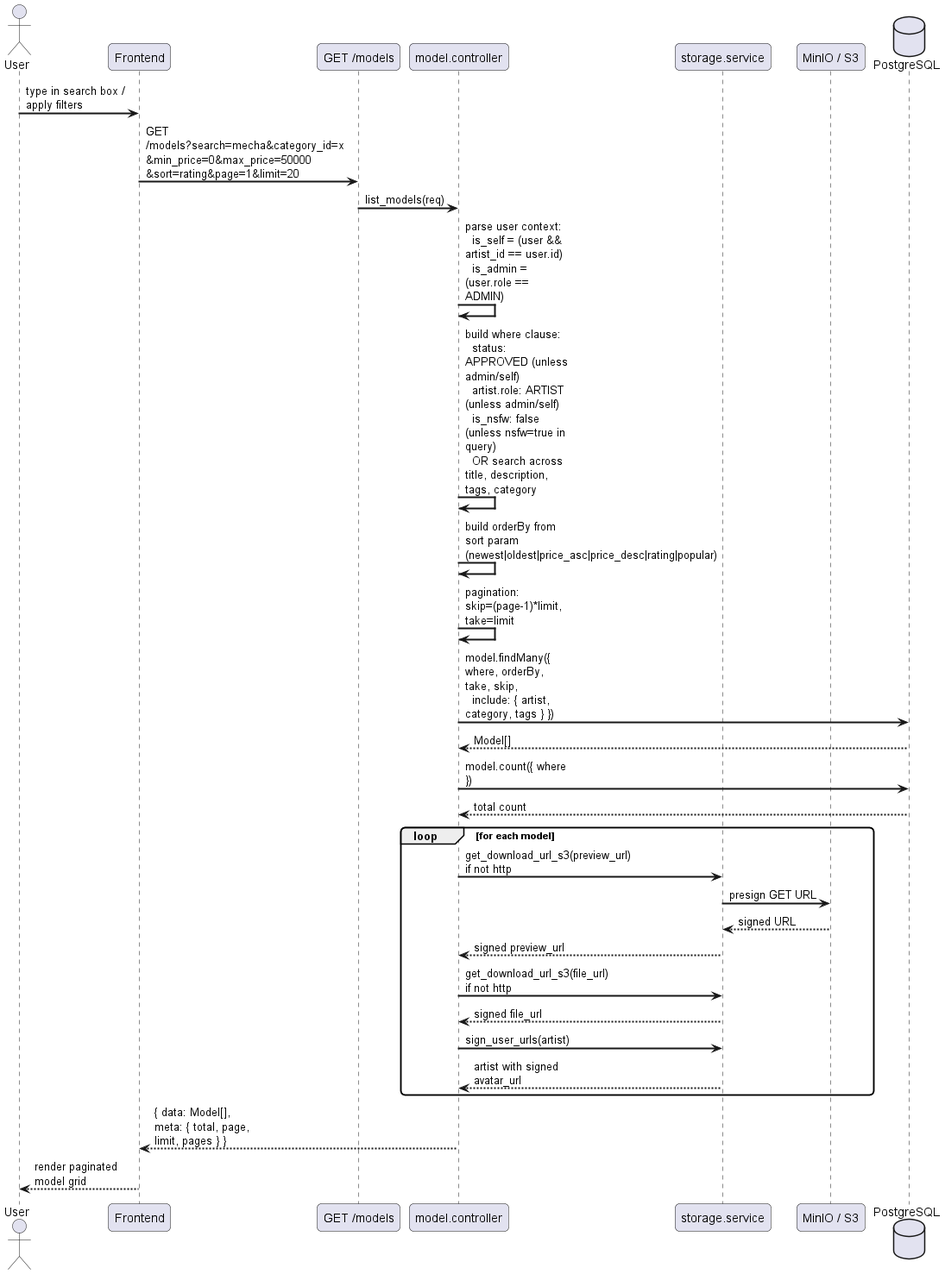
Above: docs/diagrams/exports/sequence/catalog/sequence_catalog_search.png in Schryzon/3Dex (PlantUML), before the change. Source of this version:
```plantuml
@startuml
skinparam sequenceArrowThickness 2
skinparam roundcorner 10
skinparam maxmessagesize 120

actor "User" as U
participant "Frontend" as FE
participant "GET /models" as API
participant "model.controller" as MC
participant "storage.service" as SS
participant "MinIO / S3" as S3
database "PostgreSQL" as DB

U -> FE : type in search box / apply filters
FE -> API : GET /models?search=mecha&category_id=x\n&min_price=0&max_price=50000\n&sort=rating&page=1&limit=20
API -> MC : list_models(req)
MC -> MC : parse user context:\n  is_self = (user && artist_id == user.id)\n  is_admin = (user.role == ADMIN)
MC -> MC : build where clause:\n  status: APPROVED (unless admin/self)\n  artist.role: ARTIST (unless admin/self)\n  is_nsfw: false (unless nsfw=true in query)\n  OR search across title, description, tags, category
MC -> MC : build orderBy from sort param\n(newest|oldest|price_asc|price_desc|rating|popular)
MC -> MC : pagination: skip=(page-1)*limit, take=limit
MC -> DB : model.findMany({ where, orderBy, take, skip,\n  include: { artist, category, tags } })
DB --> MC : Model[]
MC -> DB : model.count({ where })
DB --> MC : total count
loop for each model
    MC -> SS : get_download_url_s3(preview_url) if not http
    SS -> S3 : presign GET URL
    S3 --> SS : signed URL
    SS --> MC : signed preview_url
    MC -> SS : get_download_url_s3(file_url) if not http
    SS --> MC : signed file_url
    MC -> SS : sign_user_urls(artist)
    SS --> MC : artist with signed avatar_url
end
MC --> FE : { data: Model[], meta: { total, page, limit, pages } }
FE --> U : render paginated model grid
@enduml
```
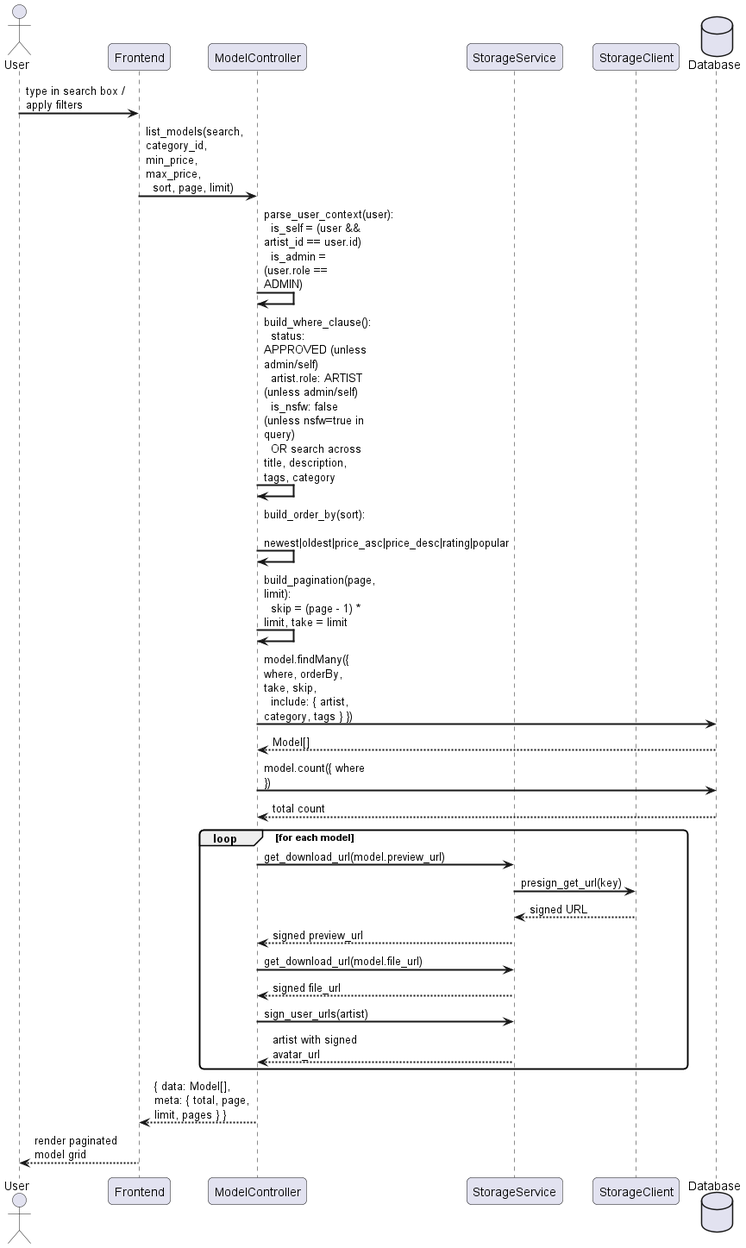
Above is the later version.

Change to the diagram source:
```diff
@@ -5,29 +5,27 @@
 
 actor "User" as U
 participant "Frontend" as FE
-participant "GET /models" as API
-participant "model.controller" as MC
-participant "storage.service" as SS
-participant "MinIO / S3" as S3
-database "PostgreSQL" as DB
+participant "ModelController" as MC
+participant "StorageService" as SS
+participant "StorageClient" as S3
+database "Database" as DB
 
 U -> FE : type in search box / apply filters
-FE -> API : GET /models?search=mecha&category_id=x\n&min_price=0&max_price=50000\n&sort=rating&page=1&limit=20
-API -> MC : list_models(req)
-MC -> MC : parse user context:\n  is_self = (user && artist_id == user.id)\n  is_admin = (user.role == ADMIN)
-MC -> MC : build where clause:\n  status: APPROVED (unless admin/self)\n  artist.role: ARTIST (unless admin/self)\n  is_nsfw: false (unless nsfw=true in query)\n  OR search across title, description, tags, category
-MC -> MC : build orderBy from sort param\n(newest|oldest|price_asc|price_desc|rating|popular)
-MC -> MC : pagination: skip=(page-1)*limit, take=limit
+FE -> MC : list_models(search, category_id, min_price, max_price,\n  sort, page, limit)
+MC -> MC : parse_user_context(user):\n  is_self = (user && artist_id == user.id)\n  is_admin = (user.role == ADMIN)
+MC -> MC : build_where_clause():\n  status: APPROVED (unless admin/self)\n  artist.role: ARTIST (unless admin/self)\n  is_nsfw: false (unless nsfw=true in query)\n  OR search across title, description, tags, category
+MC -> MC : build_order_by(sort):\n  newest|oldest|price_asc|price_desc|rating|popular
+MC -> MC : build_pagination(page, limit):\n  skip = (page - 1) * limit, take = limit
 MC -> DB : model.findMany({ where, orderBy, take, skip,\n  include: { artist, category, tags } })
 DB --> MC : Model[]
 MC -> DB : model.count({ where })
 DB --> MC : total count
 loop for each model
-    MC -> SS : get_download_url_s3(preview_url) if not http
-    SS -> S3 : presign GET URL
+    MC -> SS : get_download_url(model.preview_url)
+    SS -> S3 : presign_get_url(key)
     S3 --> SS : signed URL
     SS --> MC : signed preview_url
-    MC -> SS : get_download_url_s3(file_url) if not http
+    MC -> SS : get_download_url(model.file_url)
     SS --> MC : signed file_url
     MC -> SS : sign_user_urls(artist)
     SS --> MC : artist with signed avatar_url
```
